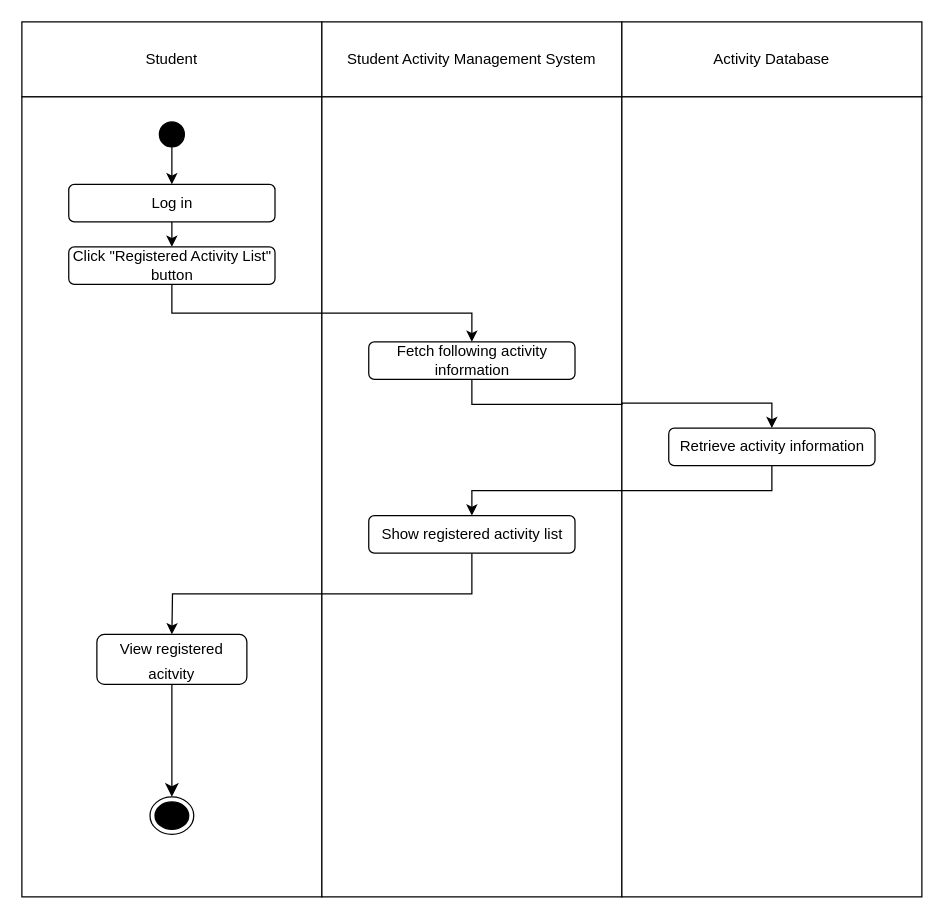
This is activity diagram/UC018 act_diagram.drawio from wei2030/year2_project, a draw.io file, before an edit. Source tidied: cells renumbered, new cells numbered last; positions are measured from the earlier drawing's top-left corner, leaving out a move shared by most shapes. Both pictures are drawn from the tidied source at 125%, with x=0, y=0 at pixel (21, 21).
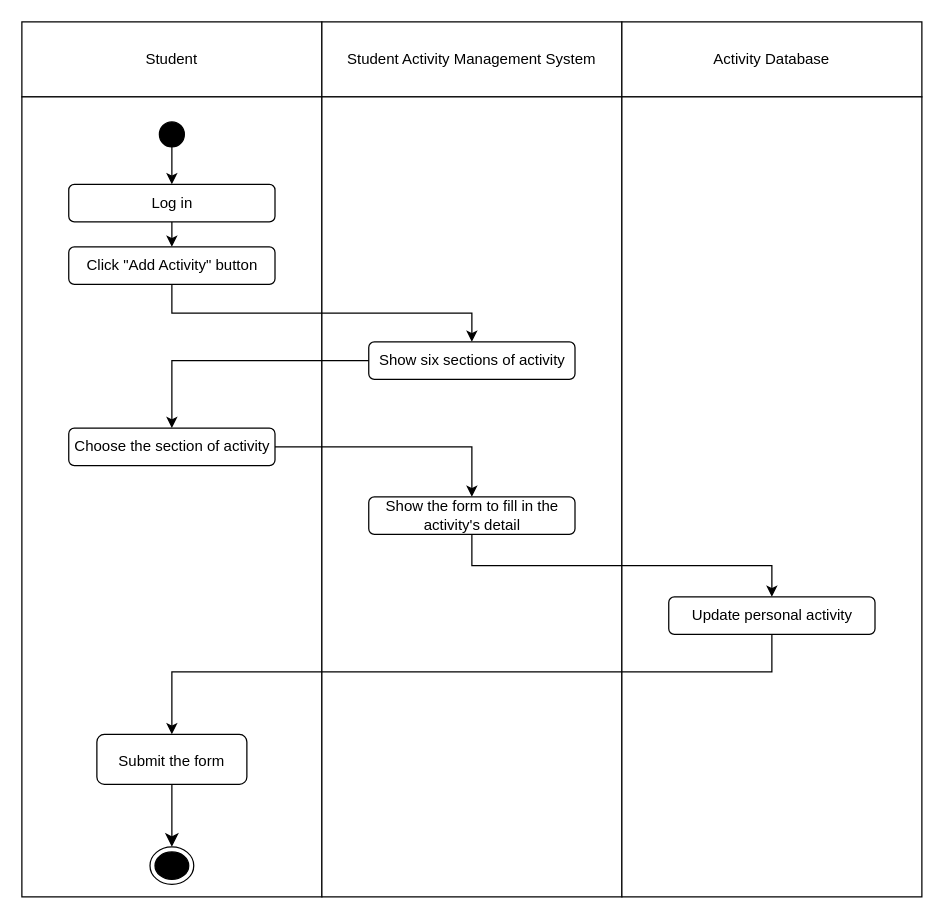
The same page after the edit.

Diff of the diagram source:
```diff
@@
-    <mxCell id="13" value="Click &quot;Registered Activity List&quot; button" style="rounded=1;whiteSpace=wrap;html=1;" parent="1" vertex="1">
+    <mxCell id="13" value="Click &quot;Add Activity&quot; button" style="rounded=1;whiteSpace=wrap;html=1;" parent="1" vertex="1">
       <mxGeometry x="37.5" y="180" width="165" height="30" as="geometry" />
     </mxCell>
-    <mxCell id="14" style="edgeStyle=orthogonalEdgeStyle;rounded=0;jettySize=auto;html=1;exitX=0.5;exitY=1;exitDx=0;exitDy=0;entryX=0.5;entryY=0;entryDx=0;entryDy=0;" parent="1" edge="1" source="15" target="17">
-      <mxGeometry relative="1" as="geometry" />
-    </mxCell>
-    <mxCell id="15" value="Fetch following activity information" style="rounded=1;whiteSpace=wrap;html=1;" parent="1" vertex="1">
+    <mxCell id="15" value="Show six sections of activity" style="rounded=1;whiteSpace=wrap;html=1;" parent="1" vertex="1">
       <mxGeometry x="277.5" y="256" width="165" height="30" as="geometry" />
     </mxCell>
-    <mxCell id="16" style="edgeStyle=orthogonalEdgeStyle;rounded=0;jettySize=auto;html=1;exitX=0.5;exitY=1;exitDx=0;exitDy=0;entryX=0.5;entryY=0;entryDx=0;entryDy=0;" parent="1" edge="1" source="17" target="19">
+    <mxCell id="16" style="edgeStyle=orthogonalEdgeStyle;rounded=0;jettySize=auto;html=1;exitX=0.5;exitY=1;exitDx=0;exitDy=0;entryX=0.5;entryY=0;entryDx=0;entryDy=0;" parent="1" edge="1" source="17" target="26">
       <mxGeometry relative="1" as="geometry" />
     </mxCell>
-    <mxCell id="17" value="Retrieve activity information" style="rounded=1;whiteSpace=wrap;html=1;" parent="1" vertex="1">
-      <mxGeometry x="517.5" y="325" width="165" height="30" as="geometry" />
+    <mxCell id="17" value="Show the form to fill in the activity's detail" style="rounded=1;whiteSpace=wrap;html=1;" parent="1" vertex="1">
+      <mxGeometry x="277.5" y="380" width="165" height="30" as="geometry" />
     </mxCell>
-    <mxCell id="18" style="edgeStyle=orthogonalEdgeStyle;rounded=0;jettySize=auto;html=1;exitX=0.5;exitY=1;exitDx=0;exitDy=0;entryX=0.5;entryY=0;entryDx=0;entryDy=0;" parent="1" edge="1" source="19">
+    <mxCell id="18" style="edgeStyle=orthogonalEdgeStyle;rounded=0;jettySize=auto;html=1;exitX=0.5;exitY=1;exitDx=0;exitDy=0;" parent="1" edge="1" source="26" target="22">
       <mxGeometry relative="1" as="geometry">
-        <mxPoint x="120" y="490" as="targetPoint" />
+        <Array as="points">
+          <mxPoint x="600" y="520" />
+        </Array>
       </mxGeometry>
     </mxCell>
-    <mxCell id="19" value="Show registered activity list" style="rounded=1;whiteSpace=wrap;html=1;" parent="1" vertex="1">
-      <mxGeometry x="277.5" y="395" width="165" height="30" as="geometry" />
-    </mxCell>
     <mxCell id="20" style="ellipse;html=1;shape=endState;fillColor=#000000;strokeColor=#000;" parent="1" vertex="1">
-      <mxGeometry x="102.5" y="620" width="35" height="30" as="geometry" />
+      <mxGeometry x="102.5" y="660" width="35" height="30" as="geometry" />
     </mxCell>
-    <mxCell id="21" style="edgeStyle=none;curved=1;rounded=0;jettySize=auto;html=1;fontSize=12;startSize=8;endSize=8;" parent="1" edge="1" source="22">
-      <mxGeometry relative="1" as="geometry">
-        <mxPoint x="120" y="620" as="targetPoint" />
-      </mxGeometry>
+    <mxCell id="21" style="edgeStyle=none;curved=1;rounded=0;jettySize=auto;html=1;fontSize=12;startSize=8;endSize=8;entryX=0.5;entryY=0;entryDx=0;entryDy=0;" parent="1" edge="1" source="22" target="20">
+      <mxGeometry relative="1" as="geometry" />
     </mxCell>
-    <mxCell id="22" value="&lt;span style=&quot;font-size: 12px;&quot;&gt;View registered acitvity&lt;/span&gt;" style="rounded=1;whiteSpace=wrap;html=1;fontSize=16;" parent="1" vertex="1">
-      <mxGeometry x="60" y="490" width="120" height="40" as="geometry" />
+    <mxCell id="22" value="&lt;span style=&quot;font-size: 12px;&quot;&gt;Submit the form&lt;/span&gt;" style="rounded=1;whiteSpace=wrap;html=1;fontSize=16;" parent="1" vertex="1">
+      <mxGeometry x="60" y="570" width="120" height="40" as="geometry" />
     </mxCell>
+    <mxCell id="23" value="Choose the section of activity" style="rounded=1;whiteSpace=wrap;html=1;" parent="1" vertex="1">
+      <mxGeometry x="37.5" y="325" width="165" height="30" as="geometry" />
+    </mxCell>
+    <mxCell id="24" style="edgeStyle=orthogonalEdgeStyle;rounded=0;jettySize=auto;html=1;entryX=0.5;entryY=0;entryDx=0;entryDy=0;exitX=0;exitY=0.5;exitDx=0;exitDy=0;" parent="1" edge="1" source="15" target="23">
+      <mxGeometry relative="1" as="geometry" />
+    </mxCell>
+    <mxCell id="25" style="edgeStyle=orthogonalEdgeStyle;rounded=0;jettySize=auto;html=1;entryX=0.5;entryY=0;entryDx=0;entryDy=0;exitX=1;exitY=0.5;exitDx=0;exitDy=0;" parent="1" edge="1" source="23" target="17">
+      <mxGeometry relative="1" as="geometry" />
+    </mxCell>
+    <mxCell id="26" value="Update personal activity" style="rounded=1;whiteSpace=wrap;html=1;" parent="1" vertex="1">
+      <mxGeometry x="517.5" y="460" width="165" height="30" as="geometry" />
+    </mxCell>
```
